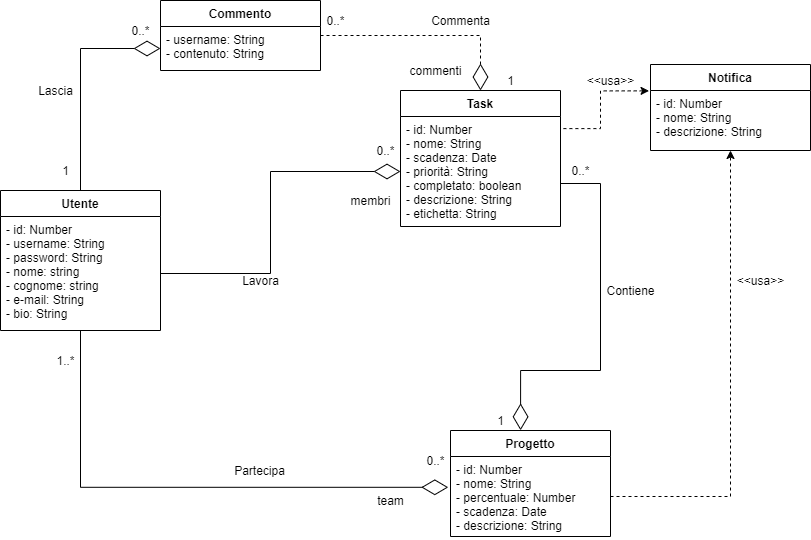
Earlier version of the draw.io export Documentazione/Diagrammi/Diagrammi .png/BeeWork-Data_model.png (SelVer99/BeeWork). Source tidied: cells renumbered, new cells last; positions are measured from the earlier drawing's top-left corner, leaving out a move shared by most shapes.
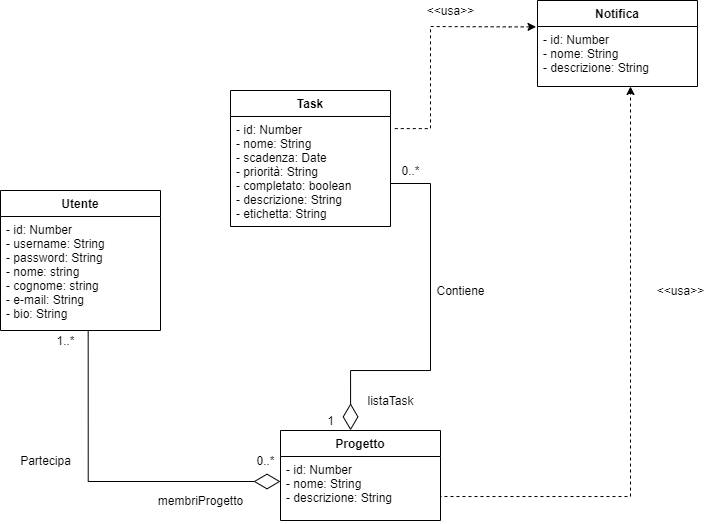
After the commit.

The edit, as a diff of the source:
```diff
@@ -2,32 +2,25 @@
   <root>
     <mxCell id="0" />
     <mxCell id="1" parent="0" />
-    <mxCell id="2" style="edgeStyle=orthogonalEdgeStyle;rounded=0;jettySize=auto;html=1;exitX=0.5;exitY=0;exitDx=0;exitDy=0;endArrow=diamondThin;endFill=0;endSize=24;strokeWidth=1;" parent="1" edge="1" source="3" target="15">
-      <mxGeometry relative="1" as="geometry" />
-    </mxCell>
     <mxCell id="3" value="Utente" style="swimlane;fontStyle=1;align=center;verticalAlign=top;horizontal=1;startSize=26;" parent="1" vertex="1">
-      <mxGeometry y="190" width="160" height="140" as="geometry" />
+      <mxGeometry x="170" y="190" width="160" height="140" as="geometry" />
     </mxCell>
     <mxCell id="4" value="- id: Number&#10;- username: String&#10;- password: String&#10;- nome: string&#10;- cognome: string&#10;- e-mail: String&#10;- bio: String" style="text;strokeColor=none;fillColor=none;align=left;verticalAlign=top;spacingLeft=4;spacingRight=4;overflow=hidden;points=[[0,0.5],[1,0.5]];portConstraint=eastwest;" parent="3" vertex="1">
       <mxGeometry y="26" width="160" height="114" as="geometry" />
     </mxCell>
     <mxCell id="5" value="Progetto" style="swimlane;fontStyle=1;align=center;verticalAlign=top;horizontal=1;startSize=26;" parent="1" vertex="1">
-      <mxGeometry x="450" y="430" width="160" height="106" as="geometry" />
+      <mxGeometry x="450" y="430" width="160" height="90" as="geometry" />
     </mxCell>
-    <mxCell id="6" value="- id: Number&#10;- nome: String&#10;- percentuale: Number &#10;- scadenza: Date&#10;- descrizione: String" style="text;strokeColor=none;fillColor=none;align=left;verticalAlign=top;spacingLeft=4;spacingRight=4;overflow=hidden;points=[[0,0.5],[1,0.5]];portConstraint=eastwest;" parent="5" vertex="1">
-      <mxGeometry y="26" width="160" height="80" as="geometry" />
+    <mxCell id="6" value="- id: Number&#10;- nome: String &#10;- descrizione: String" style="text;strokeColor=none;fillColor=none;align=left;verticalAlign=top;spacingLeft=4;spacingRight=4;overflow=hidden;points=[[0,0.5],[1,0.5]];portConstraint=eastwest;" parent="5" vertex="1">
+      <mxGeometry y="26" width="160" height="64" as="geometry" />
     </mxCell>
-    <mxCell id="7" style="edgeStyle=orthogonalEdgeStyle;rounded=0;jettySize=auto;html=1;endArrow=none;endFill=0;endSize=6;startArrow=diamondThin;startFill=0;startSize=24;exitX=-0.014;exitY=0.385;exitDx=0;exitDy=0;exitPerimeter=0;" parent="1" edge="1" source="6">
+    <mxCell id="7" style="edgeStyle=orthogonalEdgeStyle;rounded=0;jettySize=auto;html=1;endArrow=none;endFill=0;endSize=6;startArrow=diamondThin;startFill=0;startSize=24;entryX=0.548;entryY=1.004;entryDx=0;entryDy=0;entryPerimeter=0;" parent="1" edge="1" source="6" target="4">
       <mxGeometry relative="1" as="geometry">
-        <mxPoint x="80" y="330" as="targetPoint" />
         <Array as="points">
-          <mxPoint x="80" y="487" />
+          <mxPoint x="258" y="481" />
         </Array>
       </mxGeometry>
     </mxCell>
-    <mxCell id="8" style="edgeStyle=orthogonalEdgeStyle;rounded=0;jettySize=auto;html=1;exitX=0.5;exitY=0;exitDx=0;exitDy=0;entryX=1;entryY=0.5;entryDx=0;entryDy=0;endArrow=none;endFill=0;endSize=6;dashed=1;startArrow=diamondThin;startFill=0;startSize=24;" parent="1" edge="1" source="9" target="14">
-      <mxGeometry relative="1" as="geometry" />
-    </mxCell>
     <mxCell id="9" value="Task" style="swimlane;fontStyle=1;align=center;verticalAlign=top;horizontal=1;startSize=26;" parent="1" vertex="1">
       <mxGeometry x="400" y="90" width="160" height="136" as="geometry" />
     </mxCell>
@@ -37,26 +30,20 @@
     <mxCell id="11" style="edgeStyle=orthogonalEdgeStyle;rounded=0;jettySize=auto;html=1;exitX=-0.009;exitY=0.006;exitDx=0;exitDy=0;entryX=1.01;entryY=0.11;entryDx=0;entryDy=0;entryPerimeter=0;endArrow=none;endFill=0;endSize=6;dashed=1;startArrow=classic;startFill=1;exitPerimeter=0;" parent="1" edge="1" source="13" target="10">
       <mxGeometry relative="1" as="geometry">
         <Array as="points">
-          <mxPoint x="600" y="90" />
-          <mxPoint x="600" y="129" />
-          <mxPoint x="562" y="129" />
+          <mxPoint x="679" y="26" />
+          <mxPoint x="600" y="26" />
+          <mxPoint x="600" y="128" />
         </Array>
       </mxGeometry>
     </mxCell>
     <mxCell id="12" value="Notifica" style="swimlane;fontStyle=1;align=center;verticalAlign=top;horizontal=1;startSize=26;" parent="1" vertex="1">
-      <mxGeometry x="650" y="64" width="160" height="86" as="geometry" />
+      <mxGeometry x="707" width="160" height="86" as="geometry" />
     </mxCell>
     <mxCell id="13" value="- id: Number&#10;- nome: String&#10;- descrizione: String" style="text;strokeColor=none;fillColor=none;align=left;verticalAlign=top;spacingLeft=4;spacingRight=4;overflow=hidden;points=[[0,0.5],[1,0.5]];portConstraint=eastwest;" parent="12" vertex="1">
       <mxGeometry y="26" width="160" height="60" as="geometry" />
     </mxCell>
-    <mxCell id="14" value="Commento" style="swimlane;fontStyle=1;align=center;verticalAlign=top;horizontal=1;startSize=26;" parent="1" vertex="1">
-      <mxGeometry x="160" width="160" height="70" as="geometry" />
-    </mxCell>
-    <mxCell id="15" value="- username: String&#10;- contenuto: String" style="text;strokeColor=none;fillColor=none;align=left;verticalAlign=top;spacingLeft=4;spacingRight=4;overflow=hidden;points=[[0,0.5],[1,0.5]];portConstraint=eastwest;" parent="14" vertex="1">
-      <mxGeometry y="26" width="160" height="44" as="geometry" />
-    </mxCell>
     <mxCell id="16" value="1..*" style="text;html=1;align=center;verticalAlign=middle;" parent="1" vertex="1">
-      <mxGeometry x="50" y="350" width="30" height="20" as="geometry" />
+      <mxGeometry x="220" y="330" width="30" height="20" as="geometry" />
     </mxCell>
     <mxCell id="17" value="0..*" style="text;html=1;align=center;verticalAlign=middle;" parent="1" vertex="1">
       <mxGeometry x="420" y="450" width="30" height="20" as="geometry" />
@@ -74,63 +61,33 @@
     <mxCell id="19" style="edgeStyle=orthogonalEdgeStyle;rounded=0;jettySize=auto;html=1;exitX=1;exitY=0.5;exitDx=0;exitDy=0;endArrow=classic;endFill=1;endSize=6;dashed=1;startArrow=none;startFill=0;" parent="1" edge="1" source="6" target="13">
       <mxGeometry relative="1" as="geometry">
         <Array as="points">
-          <mxPoint x="730" y="496" />
+          <mxPoint x="800" y="496" />
         </Array>
       </mxGeometry>
     </mxCell>
     <mxCell id="20" value="Partecipa" style="text;html=1;align=center;verticalAlign=middle;" parent="1" vertex="1">
-      <mxGeometry x="224" y="460" width="70" height="20" as="geometry" />
+      <mxGeometry x="180" y="450" width="70" height="20" as="geometry" />
     </mxCell>
     <mxCell id="21" value="Contiene" style="text;html=1;align=center;verticalAlign=middle;" parent="1" vertex="1">
       <mxGeometry x="600" y="280" width="60" height="20" as="geometry" />
     </mxCell>
     <mxCell id="22" value="&amp;lt;&amp;lt;usa&amp;gt;&amp;gt;" style="text;html=1;align=center;verticalAlign=middle;" parent="1" vertex="1">
-      <mxGeometry x="730" y="270" width="60" height="20" as="geometry" />
+      <mxGeometry x="820" y="280" width="60" height="20" as="geometry" />
     </mxCell>
     <mxCell id="23" value="&amp;lt;&amp;lt;usa&amp;gt;&amp;gt;" style="text;html=1;align=center;verticalAlign=middle;" parent="1" vertex="1">
-      <mxGeometry x="580" y="70" width="60" height="20" as="geometry" />
+      <mxGeometry x="590" width="60" height="20" as="geometry" />
     </mxCell>
-    <mxCell id="24" value="Commenta" style="text;html=1;align=center;verticalAlign=middle;" parent="1" vertex="1">
-      <mxGeometry x="425" y="10" width="70" height="20" as="geometry" />
-    </mxCell>
     <mxCell id="25" value="1" style="text;html=1;align=center;verticalAlign=middle;" parent="1" vertex="1">
       <mxGeometry x="490" y="410" width="20" height="20" as="geometry" />
     </mxCell>
     <mxCell id="26" value="0..*" style="text;html=1;align=center;verticalAlign=middle;" parent="1" vertex="1">
       <mxGeometry x="565" y="160" width="30" height="20" as="geometry" />
     </mxCell>
-    <mxCell id="27" value="team" style="text;html=1;align=center;verticalAlign=middle;strokeColor=none;" parent="1" vertex="1">
-      <mxGeometry x="370" y="490" width="40" height="20" as="geometry" />
+    <mxCell id="27" value="membriProgetto" style="text;html=1;align=center;verticalAlign=middle;strokeColor=none;" parent="1" vertex="1">
+      <mxGeometry x="320" y="490" width="100" height="20" as="geometry" />
     </mxCell>
-    <mxCell id="28" value="commenti" style="text;html=1;align=center;verticalAlign=middle;strokeColor=none;" parent="1" vertex="1">
-      <mxGeometry x="400" y="60" width="70" height="20" as="geometry" />
-    </mxCell>
-    <mxCell id="29" value="1" style="text;html=1;align=center;verticalAlign=middle;strokeColor=none;" parent="1" vertex="1">
-      <mxGeometry x="500" y="70" width="20" height="20" as="geometry" />
-    </mxCell>
-    <mxCell id="30" value="0..*" style="text;html=1;align=center;verticalAlign=middle;strokeColor=none;" parent="1" vertex="1">
-      <mxGeometry x="320" y="10" width="30" height="20" as="geometry" />
-    </mxCell>
-    <mxCell id="31" style="edgeStyle=orthogonalEdgeStyle;rounded=0;jettySize=auto;html=1;exitX=1;exitY=0.5;exitDx=0;exitDy=0;endArrow=diamondThin;endFill=0;endSize=24;" parent="1" edge="1" source="4" target="10">
-      <mxGeometry relative="1" as="geometry" />
-    </mxCell>
-    <mxCell id="32" value="0..*" style="text;html=1;align=center;verticalAlign=middle;" parent="1" vertex="1">
-      <mxGeometry x="370" y="140" width="30" height="20" as="geometry" />
-    </mxCell>
-    <mxCell id="33" value="membri" style="text;html=1;align=center;verticalAlign=middle;strokeColor=none;" parent="1" vertex="1">
-      <mxGeometry x="340" y="190" width="60" height="20" as="geometry" />
-    </mxCell>
-    <mxCell id="34" value="Lavora" style="text;html=1;align=center;verticalAlign=middle;strokeColor=none;" parent="1" vertex="1">
-      <mxGeometry x="235" y="270" width="50" height="20" as="geometry" />
-    </mxCell>
-    <mxCell id="35" value="1" style="text;html=1;align=center;verticalAlign=middle;strokeColor=none;" parent="1" vertex="1">
-      <mxGeometry x="55" y="160" width="20" height="20" as="geometry" />
-    </mxCell>
-    <mxCell id="36" value="0..*" style="text;html=1;align=center;verticalAlign=middle;strokeColor=none;" parent="1" vertex="1">
-      <mxGeometry x="125" y="20" width="30" height="20" as="geometry" />
-    </mxCell>
-    <mxCell id="37" value="Lascia" style="text;html=1;align=center;verticalAlign=middle;strokeColor=none;" parent="1" vertex="1">
-      <mxGeometry x="30" y="80" width="50" height="20" as="geometry" />
-    </mxCell>
+    <mxCell id="38" value="listaTask" style="text;html=1;align=center;verticalAlign=middle;strokeColor=none;" parent="1" vertex="1">
+      <mxGeometry x="530" y="390" width="60" height="20" as="geometry" />
+    </mxCell>
   </root>
 </mxGraphModel>
```
